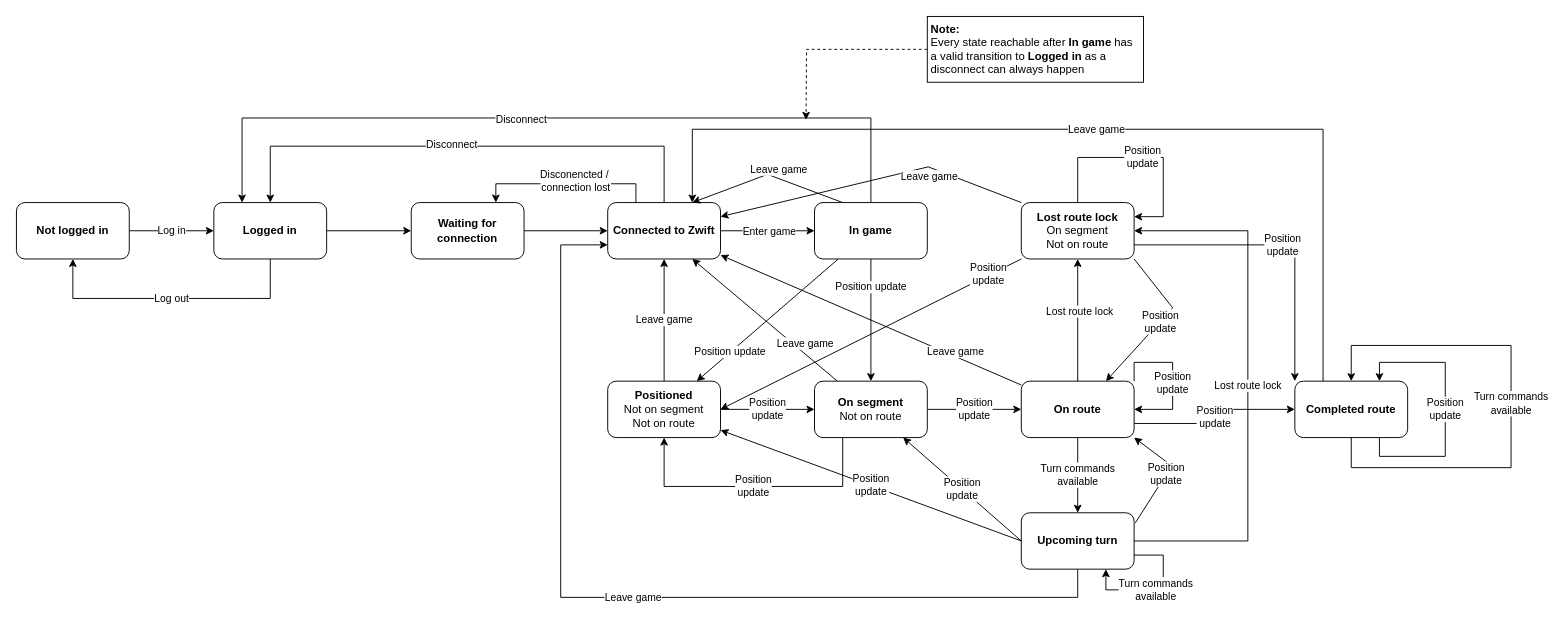
Earlier version of the draw.io diagram GameStates.drawio (sandermvanvliet/RoadCaptain). Source tidied: cells renumbered, new cells numbered last; positions are measured from the earlier drawing's top-left corner, leaving out a move shared by most shapes. Both pictures are drawn from the tidied source at 94%, with x=0, y=0 at pixel (16, 16).
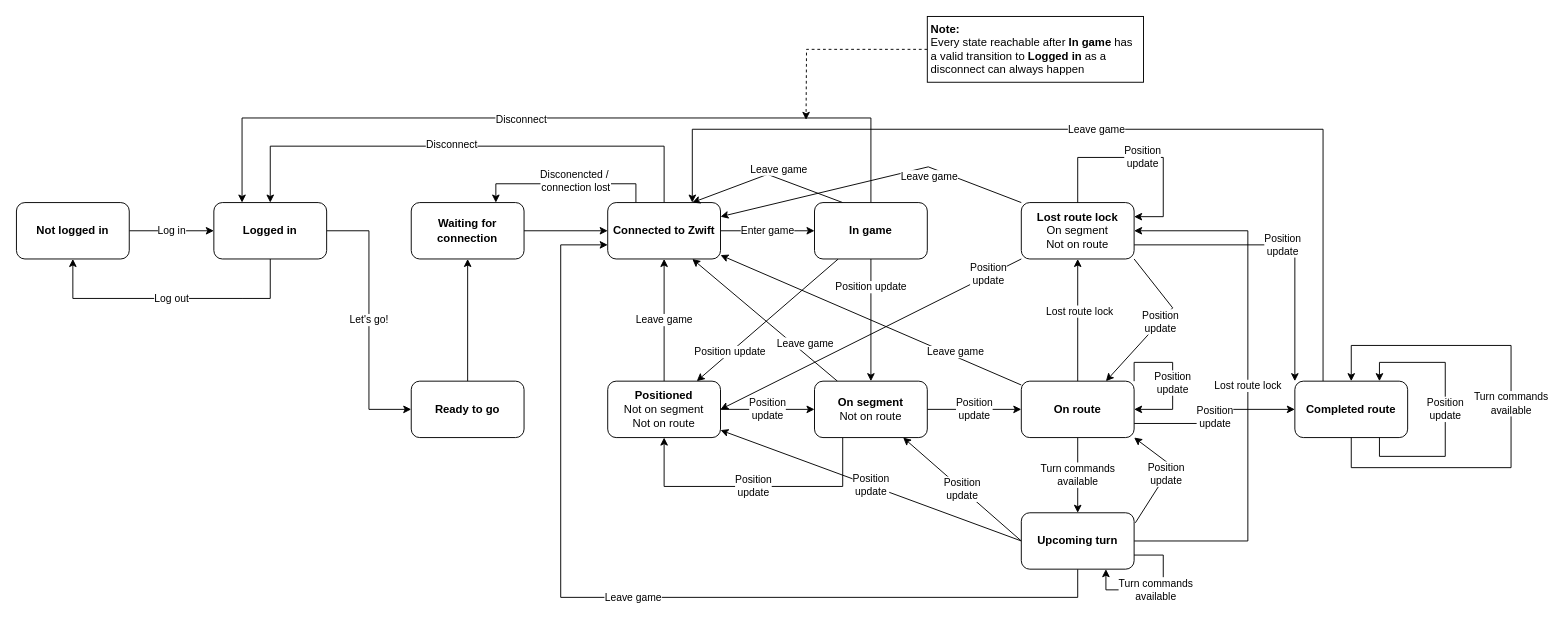
The same diagram, later.

Unchanged cells that the change refers to:
```xml
<mxCell id="8" value="Connected to Zwift" style="rounded=1;whiteSpace=wrap;html=1;fontStyle=1;" parent="1" vertex="1">
  <mxGeometry x="629" y="198" width="120" height="60" as="geometry" />
</mxCell>
<mxCell id="15" value="&lt;b&gt;In game&lt;/b&gt;" style="whiteSpace=wrap;html=1;rounded=1;" parent="1" vertex="1">
  <mxGeometry x="849" y="198" width="120" height="60" as="geometry" />
</mxCell>
<mxCell id="31" value="Logged in" style="rounded=1;whiteSpace=wrap;html=1;fontStyle=1;" parent="1" vertex="1">
  <mxGeometry x="210" y="198" width="120" height="60" as="geometry" />
</mxCell>
<mxCell id="43" value="Waiting for connection" style="rounded=1;whiteSpace=wrap;html=1;fontStyle=1;" parent="1" vertex="1">
  <mxGeometry x="420" y="198" width="120" height="60" as="geometry" />
</mxCell>
```

Diff of the diagram source:
```diff
@@
-    <mxCell id="2" style="rounded=0;jettySize=auto;html=1;" parent="1" edge="1" source="8" target="15">
-      <mxGeometry relative="1" as="geometry" />
-    </mxCell>
-    <mxCell id="3" value="Enter game" style="edgeLabel;html=1;align=center;verticalAlign=middle;" parent="2" vertex="1">
-      <mxGeometry x="0.19" y="1" relative="1" as="geometry">
-        <mxPoint x="-9" y="1" as="offset" />
-      </mxGeometry>
-    </mxCell>
@@
+    <mxCell id="57" value="Let's go!" style="rounded=0;jettySize=auto;html=1;exitX=1;exitY=0.5;exitDx=0;exitDy=0;entryX=0;entryY=0.5;entryDx=0;entryDy=0;fontStyle=0;edgeStyle=orthogonalEdgeStyle;" parent="1" edge="1" source="31" target="58">
+      <mxGeometry relative="1" as="geometry" />
+    </mxCell>
+    <mxCell id="3" value="Enter game" style="edgeStyle=none;rounded=0;jettySize=auto;html=1;entryX=0;entryY=0.5;entryDx=0;entryDy=0;" parent="1" edge="1" source="8" target="15">
+      <mxGeometry relative="1" as="geometry" />
+    </mxCell>
@@
-    <mxCell id="29" style="edgeStyle=orthogonalEdgeStyle;rounded=0;jettySize=auto;html=1;entryX=0;entryY=0.5;entryDx=0;entryDy=0;" parent="1" edge="1" source="31" target="43">
+    <mxCell id="29" style="edgeStyle=orthogonalEdgeStyle;rounded=0;jettySize=auto;html=1;entryX=0.5;entryY=1;entryDx=0;entryDy=0;" parent="1" edge="1" source="58" target="43">
       <mxGeometry relative="1" as="geometry" />
     </mxCell>
@@
+    <mxCell id="58" value="Ready to go" style="rounded=1;whiteSpace=wrap;html=1;fontStyle=1;" parent="1" vertex="1">
+      <mxGeometry x="420" y="388" width="120" height="60" as="geometry" />
+    </mxCell>
```
